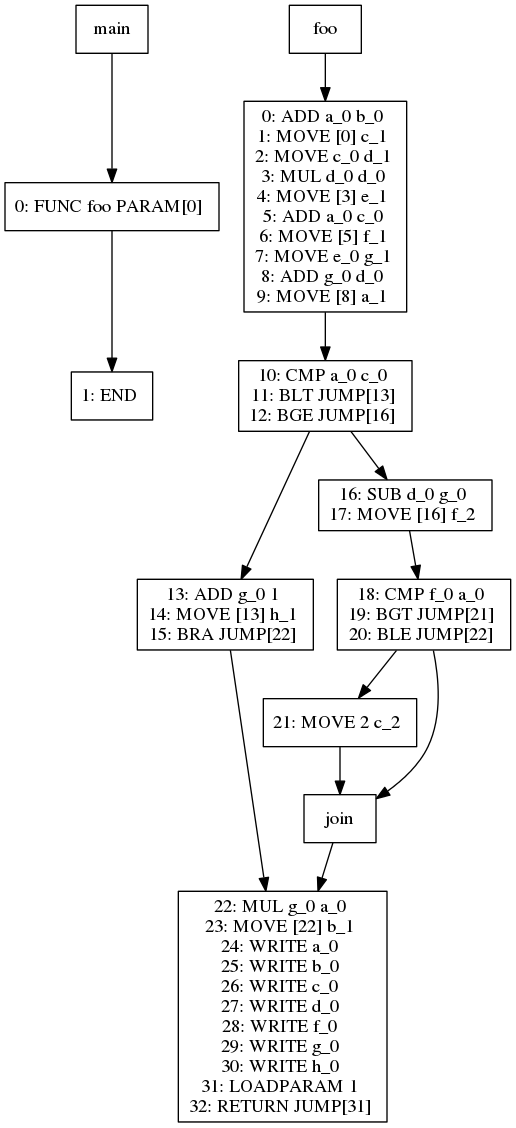
This is viz/test018.dot.png from jiahanwang/PL241-Compiler, a Graphviz export, as it was before one commit. Its source is kept beside it as viz/test018.dot.
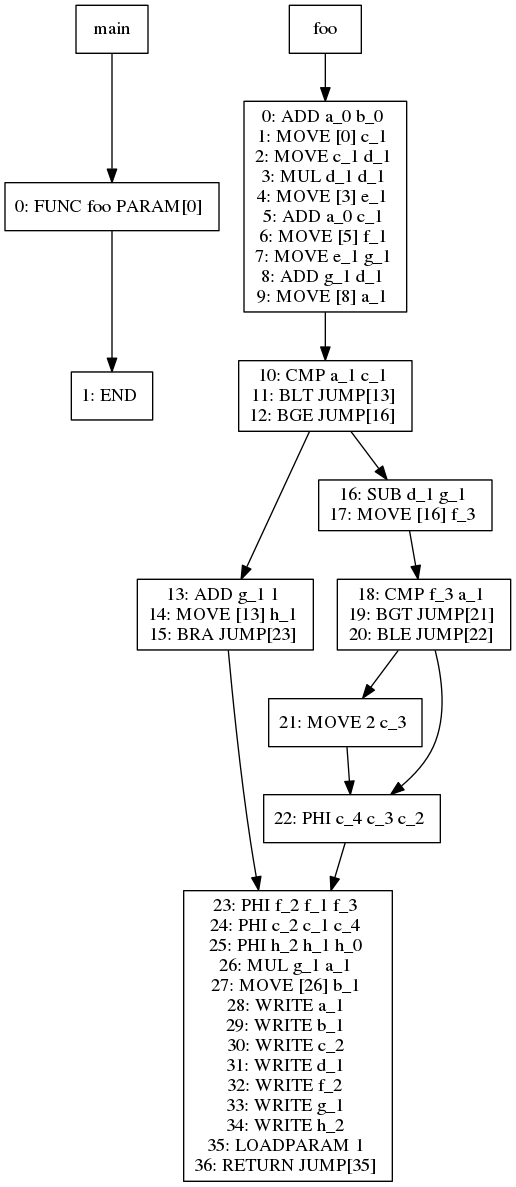
The same diagram one commit later.

Change to the diagram source:
```diff
@@ -11,52 +11,56 @@
 2 -> 4
 4[label="0: ADD a_0 b_0
 1: MOVE [0] c_1
-2: MOVE c_0 d_1
-3: MUL d_0 d_0
+2: MOVE c_1 d_1
+3: MUL d_1 d_1
 4: MOVE [3] e_1
-5: ADD a_0 c_0
+5: ADD a_0 c_1
 6: MOVE [5] f_1
-7: MOVE e_0 g_1
-8: ADD g_0 d_0
+7: MOVE e_1 g_1
+8: ADD g_1 d_1
 9: MOVE [8] a_1
 "]
 4 -> 10
-10[label="10: CMP a_0 c_0
+10[label="10: CMP a_1 c_1
 11: BLT JUMP[13]
 12: BGE JUMP[16]
 "]
 10 -> 12
-12[label="13: ADD g_0 1
+12[label="13: ADD g_1 1
 14: MOVE [13] h_1
-15: BRA JUMP[22]
+15: BRA JUMP[23]
 "]
 12 -> 11
-11[label="22: MUL g_0 a_0
-23: MOVE [22] b_1
-24: WRITE a_0
-25: WRITE b_0
-26: WRITE c_0
-27: WRITE d_0
-28: WRITE f_0
-29: WRITE g_0
-30: WRITE h_0
-31: LOADPARAM 1
-32: RETURN JUMP[31]
+11[label="23: PHI f_2 f_1 f_3
+24: PHI c_2 c_1 c_4
+25: PHI h_2 h_1 h_0
+26: MUL g_1 a_1
+27: MOVE [26] b_1
+28: WRITE a_1
+29: WRITE b_1
+30: WRITE c_2
+31: WRITE d_1
+32: WRITE f_2
+33: WRITE g_1
+34: WRITE h_2
+35: LOADPARAM 1
+36: RETURN JUMP[35]
 "]
 10 -> 13
-13[label="16: SUB d_0 g_0
-17: MOVE [16] f_2
+13[label="16: SUB d_1 g_1
+17: MOVE [16] f_3
 "]
 13 -> 14
-14[label="18: CMP f_0 a_0
+14[label="18: CMP f_3 a_1
 19: BGT JUMP[21]
 20: BLE JUMP[22]
 "]
 14 -> 16
-16[label="21: MOVE 2 c_2
+16[label="21: MOVE 2 c_3
 "]
 16 -> 15
-15[label="join"]
+15[label="22: PHI c_4 c_3 c_2
+"]
 15 -> 11
 14 -> 15
 }
```
